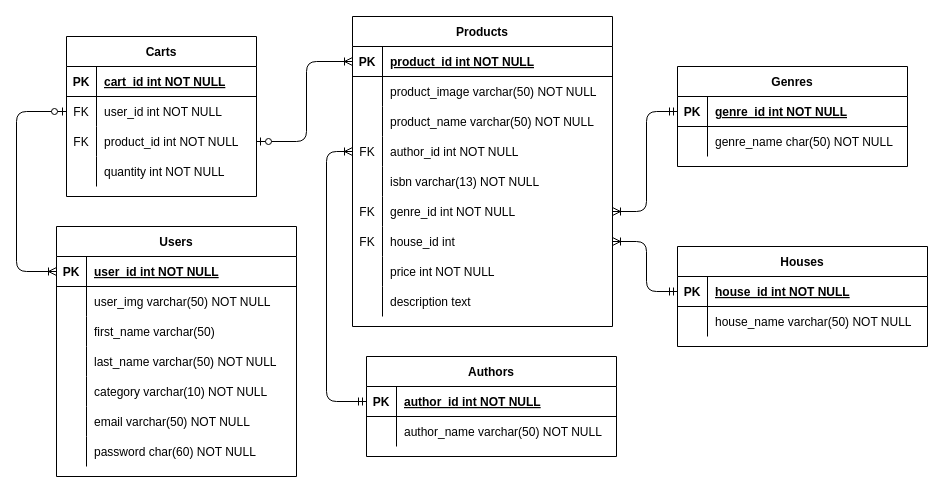
Above: sql/entity-diagram.drawio in mariadelrosario98/grupo_7_LSTANDSFORLIBROS (draw.io), before the change. Source tidied: cells renumbered, new cells numbered last; positions are measured from the earlier drawing's top-left corner, leaving out a move shared by most shapes. Both pictures are drawn from the tidied source at 100%, with x=0, y=0 at pixel (-14, 16).
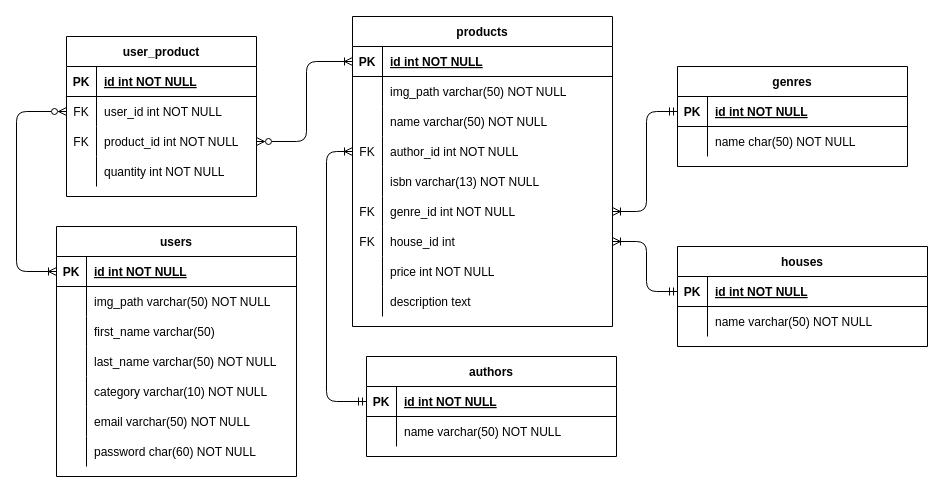
After the change.

The change refers to these unchanged cells:
```xml
<mxCell id="3" style="shape=tableRow;horizontal=0;startSize=0;swimlaneHead=0;swimlaneBody=0;fillColor=none;points=[[0,0.5],[1,0.5]];portConstraint=eastwest;top=0;left=0;right=0;bottom=1;" parent="2" vertex="1">
  <mxGeometry y="30" width="240" height="30" as="geometry" />
</mxCell>
<mxCell id="6" style="shape=tableRow;horizontal=0;startSize=0;swimlaneHead=0;swimlaneBody=0;fillColor=none;top=0;left=0;right=0;bottom=0;" parent="2" vertex="1">
  <mxGeometry y="60" width="240" height="30" as="geometry" />
</mxCell>
<mxCell id="25" style="shape=tableRow;horizontal=0;startSize=0;swimlaneHead=0;swimlaneBody=0;fillColor=none;points=[[0,0.5],[1,0.5]];portConstraint=eastwest;top=0;left=0;right=0;bottom=1;" parent="24" vertex="1">
  <mxGeometry y="30" width="250" height="30" as="geometry" />
</mxCell>
<mxCell id="28" style="shape=tableRow;horizontal=0;startSize=0;swimlaneHead=0;swimlaneBody=0;fillColor=none;top=0;left=0;right=0;bottom=0;" parent="24" vertex="1">
  <mxGeometry y="60" width="250" height="30" as="geometry" />
</mxCell>
<mxCell id="32" style="shape=tableRow;horizontal=0;startSize=0;swimlaneHead=0;swimlaneBody=0;fillColor=none;points=[[0,0.5],[1,0.5]];portConstraint=eastwest;top=0;left=0;right=0;bottom=1;" parent="31" vertex="1">
  <mxGeometry y="30" width="230" height="30" as="geometry" />
</mxCell>
<mxCell id="35" style="shape=tableRow;horizontal=0;startSize=0;swimlaneHead=0;swimlaneBody=0;fillColor=none;top=0;left=0;right=0;bottom=0;" parent="31" vertex="1">
  <mxGeometry y="60" width="230" height="30" as="geometry" />
</mxCell>
<mxCell id="39" style="shape=tableRow;horizontal=0;startSize=0;swimlaneHead=0;swimlaneBody=0;fillColor=none;points=[[0,0.5],[1,0.5]];portConstraint=eastwest;top=0;left=0;right=0;bottom=1;" parent="38" vertex="1">
  <mxGeometry y="30" width="260" height="30" as="geometry" />
</mxCell>
<mxCell id="42" style="shape=tableRow;horizontal=0;startSize=0;swimlaneHead=0;swimlaneBody=0;fillColor=none;top=0;left=0;right=0;bottom=0;" parent="38" vertex="1">
  <mxGeometry y="60" width="260" height="30" as="geometry" />
</mxCell>
<mxCell id="45" style="shape=tableRow;horizontal=0;startSize=0;swimlaneHead=0;swimlaneBody=0;fillColor=none;top=0;left=0;right=0;bottom=0;" parent="38" vertex="1">
  <mxGeometry y="90" width="260" height="30" as="geometry" />
</mxCell>
<mxCell id="67" style="shape=tableRow;horizontal=0;startSize=0;swimlaneHead=0;swimlaneBody=0;fillColor=none;top=0;left=0;right=0;bottom=1;" parent="66" vertex="1">
  <mxGeometry y="30" width="190" height="30" as="geometry" />
</mxCell>
<mxCell id="70" style="shape=tableRow;horizontal=0;startSize=0;swimlaneHead=0;swimlaneBody=0;fillColor=none;points=[[0,0.5],[1,0.5]];portConstraint=eastwest;top=0;left=0;right=0;bottom=0;" parent="66" vertex="1">
  <mxGeometry y="60" width="190" height="30" as="geometry" />
</mxCell>
<mxCell id="73" style="shape=tableRow;horizontal=0;startSize=0;swimlaneHead=0;swimlaneBody=0;fillColor=none;points=[[0,0.5],[1,0.5]];portConstraint=eastwest;top=0;left=0;right=0;bottom=0;" parent="66" vertex="1">
  <mxGeometry y="90" width="190" height="30" as="geometry" />
</mxCell>
<mxCell id="80" style="shape=tableRow;horizontal=0;startSize=0;swimlaneHead=0;swimlaneBody=0;fillColor=none;points=[[0,0.5],[1,0.5]];portConstraint=eastwest;top=0;left=0;right=0;bottom=1;" parent="79" vertex="1">
  <mxGeometry y="30" width="250" height="30" as="geometry" />
</mxCell>
<mxCell id="83" style="shape=tableRow;horizontal=0;startSize=0;swimlaneHead=0;swimlaneBody=0;fillColor=none;top=0;left=0;right=0;bottom=0;" parent="79" vertex="1">
  <mxGeometry y="60" width="250" height="30" as="geometry" />
</mxCell>
```

The edit, as a diff of the source:
```diff
@@
-    <mxCell id="2" value="Users" style="shape=table;startSize=30;childLayout=tableLayout;rowLines=0;fontStyle=1;align=center;" parent="1" vertex="1">
+    <mxCell id="2" value="users" style="shape=table;startSize=30;childLayout=tableLayout;rowLines=0;fontStyle=1;align=center;" parent="1" vertex="1">
       <mxGeometry x="70" y="210" width="240" height="250" as="geometry" />
     </mxCell>
@@
-    <mxCell id="5" value="user_id int NOT NULL" style="shape=partialRectangle;overflow=hidden;fillColor=none;align=left;top=0;left=0;bottom=0;right=0;spacingLeft=6;fontStyle=5;" parent="3" vertex="1">
+    <mxCell id="5" value="id int NOT NULL" style="shape=partialRectangle;overflow=hidden;fillColor=none;align=left;top=0;left=0;bottom=0;right=0;spacingLeft=6;fontStyle=5;" parent="3" vertex="1">
       <mxGeometry x="30" width="210" height="30" as="geometry" />
     </mxCell>
@@
-    <mxCell id="8" value="user_img varchar(50) NOT NULL" style="shape=partialRectangle;overflow=hidden;fillColor=none;align=left;top=0;left=0;bottom=0;right=0;spacingLeft=6;" parent="6" vertex="1">
+    <mxCell id="8" value="img_path varchar(50) NOT NULL" style="shape=partialRectangle;overflow=hidden;fillColor=none;align=left;top=0;left=0;bottom=0;right=0;spacingLeft=6;" parent="6" vertex="1">
       <mxGeometry x="30" width="210" height="30" as="geometry" />
     </mxCell>
@@
-    <mxCell id="24" value="Authors" style="shape=table;startSize=30;childLayout=tableLayout;rowLines=0;fontStyle=1;align=center;" parent="1" vertex="1">
+    <mxCell id="24" value="authors" style="shape=table;startSize=30;childLayout=tableLayout;rowLines=0;fontStyle=1;align=center;" parent="1" vertex="1">
       <mxGeometry x="380" y="340" width="250" height="100" as="geometry" />
     </mxCell>
@@
-    <mxCell id="27" value="author_id int NOT NULL" style="shape=partialRectangle;overflow=hidden;fillColor=none;align=left;top=0;left=0;bottom=0;right=0;spacingLeft=6;fontStyle=5;" parent="25" vertex="1">
+    <mxCell id="27" value="id int NOT NULL" style="shape=partialRectangle;overflow=hidden;fillColor=none;align=left;top=0;left=0;bottom=0;right=0;spacingLeft=6;fontStyle=5;" parent="25" vertex="1">
       <mxGeometry x="30" width="220" height="30" as="geometry" />
     </mxCell>
@@
-    <mxCell id="30" value="author_name varchar(50) NOT NULL" style="shape=partialRectangle;overflow=hidden;fillColor=none;align=left;top=0;left=0;bottom=0;right=0;spacingLeft=6;" parent="28" vertex="1">
+    <mxCell id="30" value="name varchar(50) NOT NULL" style="shape=partialRectangle;overflow=hidden;fillColor=none;align=left;top=0;left=0;bottom=0;right=0;spacingLeft=6;" parent="28" vertex="1">
       <mxGeometry x="30" width="220" height="30" as="geometry" />
     </mxCell>
-    <mxCell id="31" value="Genres" style="shape=table;startSize=30;childLayout=tableLayout;rowLines=0;fontStyle=1;align=center;" parent="1" vertex="1">
+    <mxCell id="31" value="genres" style="shape=table;startSize=30;childLayout=tableLayout;rowLines=0;fontStyle=1;align=center;" parent="1" vertex="1">
       <mxGeometry x="691" y="50" width="230" height="100" as="geometry" />
     </mxCell>
@@
-    <mxCell id="34" value="genre_id int NOT NULL" style="shape=partialRectangle;overflow=hidden;fillColor=none;align=left;top=0;left=0;bottom=0;right=0;spacingLeft=6;fontStyle=5;" parent="32" vertex="1">
+    <mxCell id="34" value="id int NOT NULL" style="shape=partialRectangle;overflow=hidden;fillColor=none;align=left;top=0;left=0;bottom=0;right=0;spacingLeft=6;fontStyle=5;" parent="32" vertex="1">
       <mxGeometry x="30" width="200" height="30" as="geometry" />
     </mxCell>
@@
-    <mxCell id="37" value="genre_name char(50) NOT NULL" style="shape=partialRectangle;overflow=hidden;fillColor=none;align=left;top=0;left=0;bottom=0;right=0;spacingLeft=6;" parent="35" vertex="1">
+    <mxCell id="37" value="name char(50) NOT NULL" style="shape=partialRectangle;overflow=hidden;fillColor=none;align=left;top=0;left=0;bottom=0;right=0;spacingLeft=6;" parent="35" vertex="1">
       <mxGeometry x="30" width="200" height="30" as="geometry" />
     </mxCell>
-    <mxCell id="38" value="Products" style="shape=table;startSize=30;childLayout=tableLayout;rowLines=0;fontStyle=1;align=center;" parent="1" vertex="1">
+    <mxCell id="38" value="products" style="shape=table;startSize=30;childLayout=tableLayout;rowLines=0;fontStyle=1;align=center;" parent="1" vertex="1">
       <mxGeometry x="366" width="260" height="310" as="geometry" />
     </mxCell>
@@
-    <mxCell id="41" value="product_id int NOT NULL " style="shape=partialRectangle;overflow=hidden;fillColor=none;align=left;top=0;left=0;bottom=0;right=0;spacingLeft=6;fontStyle=5;" parent="39" vertex="1">
+    <mxCell id="41" value="id int NOT NULL " style="shape=partialRectangle;overflow=hidden;fillColor=none;align=left;top=0;left=0;bottom=0;right=0;spacingLeft=6;fontStyle=5;" parent="39" vertex="1">
       <mxGeometry x="30" width="230" height="30" as="geometry" />
     </mxCell>
@@
-    <mxCell id="44" value="product_image varchar(50) NOT NULL" style="shape=partialRectangle;overflow=hidden;fillColor=none;align=left;top=0;left=0;bottom=0;right=0;spacingLeft=6;" parent="42" vertex="1">
+    <mxCell id="44" value="img_path varchar(50) NOT NULL" style="shape=partialRectangle;overflow=hidden;fillColor=none;align=left;top=0;left=0;bottom=0;right=0;spacingLeft=6;" parent="42" vertex="1">
       <mxGeometry x="30" width="230" height="30" as="geometry" />
     </mxCell>
@@
-    <mxCell id="47" value="product_name varchar(50) NOT NULL" style="shape=partialRectangle;overflow=hidden;fillColor=none;align=left;top=0;left=0;bottom=0;right=0;spacingLeft=6;" parent="45" vertex="1">
+    <mxCell id="47" value="name varchar(50) NOT NULL" style="shape=partialRectangle;overflow=hidden;fillColor=none;align=left;top=0;left=0;bottom=0;right=0;spacingLeft=6;" parent="45" vertex="1">
       <mxGeometry x="30" width="230" height="30" as="geometry" />
     </mxCell>
@@
-    <mxCell id="66" value="Carts" style="shape=table;startSize=30;childLayout=tableLayout;rowLines=0;fontStyle=1;align=center;" parent="1" vertex="1">
+    <mxCell id="66" value="user_product" style="shape=table;startSize=30;childLayout=tableLayout;rowLines=0;fontStyle=1;align=center;" parent="1" vertex="1">
       <mxGeometry x="80" y="20" width="190" height="160" as="geometry" />
     </mxCell>
@@
-    <mxCell id="69" value="cart_id int NOT NULL " style="shape=partialRectangle;overflow=hidden;fillColor=none;align=left;top=0;left=0;bottom=0;right=0;spacingLeft=6;fontStyle=5;" parent="67" vertex="1">
+    <mxCell id="69" value="id int NOT NULL " style="shape=partialRectangle;overflow=hidden;fillColor=none;align=left;top=0;left=0;bottom=0;right=0;spacingLeft=6;fontStyle=5;" parent="67" vertex="1">
       <mxGeometry x="30" width="160" height="30" as="geometry" />
     </mxCell>
@@
-    <mxCell id="79" value="Houses" style="shape=table;startSize=30;childLayout=tableLayout;rowLines=0;fontStyle=1;align=center;" parent="1" vertex="1">
+    <mxCell id="79" value="houses" style="shape=table;startSize=30;childLayout=tableLayout;rowLines=0;fontStyle=1;align=center;" parent="1" vertex="1">
       <mxGeometry x="691" y="230" width="250" height="100" as="geometry" />
     </mxCell>
@@
-    <mxCell id="82" value="house_id int NOT NULL " style="shape=partialRectangle;overflow=hidden;fillColor=none;align=left;top=0;left=0;bottom=0;right=0;spacingLeft=6;fontStyle=5;" parent="80" vertex="1">
+    <mxCell id="82" value="id int NOT NULL " style="shape=partialRectangle;overflow=hidden;fillColor=none;align=left;top=0;left=0;bottom=0;right=0;spacingLeft=6;fontStyle=5;" parent="80" vertex="1">
       <mxGeometry x="30" width="220" height="30" as="geometry" />
     </mxCell>
@@
-    <mxCell id="85" value="house_name varchar(50) NOT NULL" style="shape=partialRectangle;overflow=hidden;fillColor=none;align=left;top=0;left=0;bottom=0;right=0;spacingLeft=6;" parent="83" vertex="1">
+    <mxCell id="85" value="name varchar(50) NOT NULL" style="shape=partialRectangle;overflow=hidden;fillColor=none;align=left;top=0;left=0;bottom=0;right=0;spacingLeft=6;" parent="83" vertex="1">
       <mxGeometry x="30" width="220" height="30" as="geometry" />
     </mxCell>
-    <mxCell id="86" style="edgeStyle=elbowEdgeStyle;fontSize=12;html=1;endArrow=ERoneToMany;startArrow=ERzeroToOne;entryX=0;entryY=0.5;entryDx=0;entryDy=0;strokeColor=default;shadow=0;exitX=0;exitY=0.5;exitDx=0;exitDy=0;rounded=1;" parent="1" edge="1" source="70" target="3">
+    <mxCell id="86" style="edgeStyle=elbowEdgeStyle;fontSize=12;html=1;endArrow=ERoneToMany;startArrow=ERzeroToMany;entryX=0;entryY=0.5;entryDx=0;entryDy=0;strokeColor=default;shadow=0;exitX=0;exitY=0.5;exitDx=0;exitDy=0;rounded=1;startFill=0;" parent="1" edge="1" source="70" target="3">
       <mxGeometry relative="1" as="geometry">
         <Array as="points">
           <mxPoint x="30" y="180" />
         </Array>
       </mxGeometry>
     </mxCell>
-    <mxCell id="87" style="edgeStyle=elbowEdgeStyle;fontSize=12;html=1;endArrow=ERoneToMany;startArrow=ERzeroToOne;entryX=0;entryY=0.5;entryDx=0;entryDy=0;strokeColor=default;shadow=0;exitX=1;exitY=0.5;exitDx=0;exitDy=0;rounded=1;" parent="1" edge="1" source="73" target="39">
+    <mxCell id="87" style="edgeStyle=elbowEdgeStyle;fontSize=12;html=1;endArrow=ERoneToMany;startArrow=ERzeroToMany;entryX=0;entryY=0.5;entryDx=0;entryDy=0;strokeColor=default;shadow=0;exitX=1;exitY=0.5;exitDx=0;exitDy=0;rounded=1;startFill=0;" parent="1" edge="1" source="73" target="39">
       <mxGeometry relative="1" as="geometry">
         <Array as="points">
           <mxPoint x="320" y="80" />
           <mxPoint y="190" />
         </Array>
       </mxGeometry>
     </mxCell>
```
